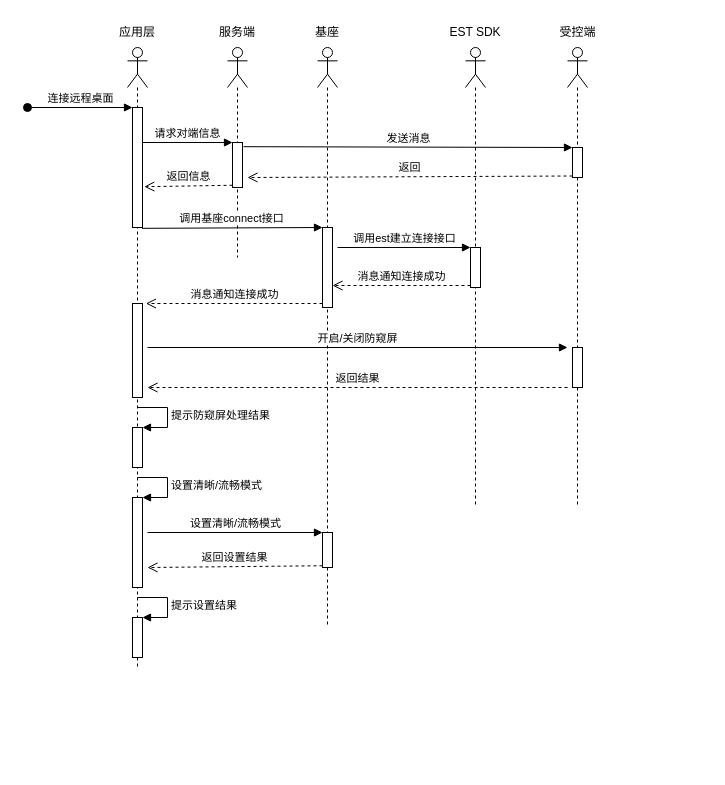
Above: page "建立连接" (2 of 5) of UWS移动端远程桌面.drawio in ArvinChu/diagram (draw.io), before the change. Source tidied: cells renumbered, new cells numbered last; positions are measured from the earlier drawing's top-left corner, leaving out a move shared by most shapes. Both pictures are drawn from the tidied source at 100%, with x=0, y=0 at pixel (27, 17).
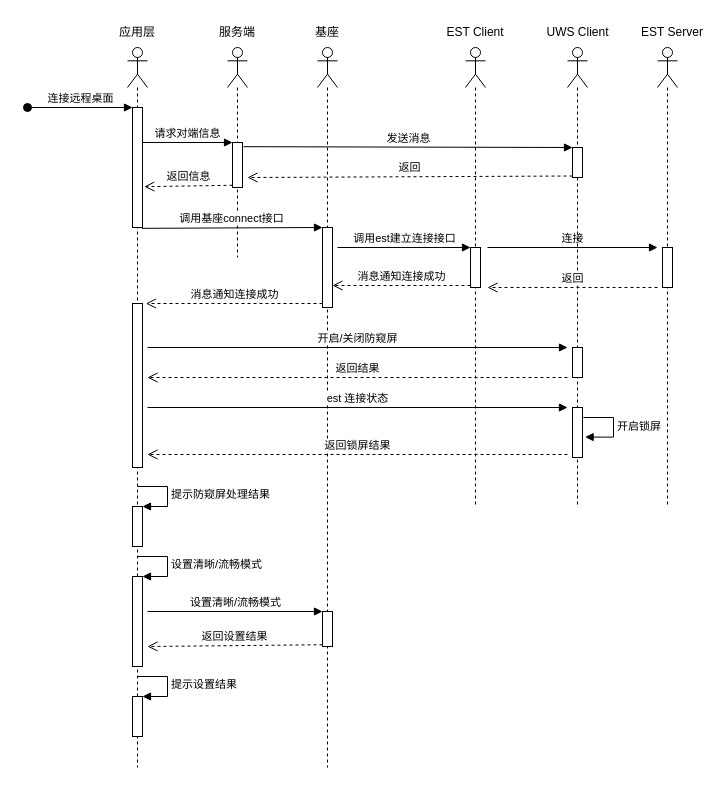
After the change.

The change refers to these unchanged cells:
```xml
<mxCell id="21" style="group;" parent="1" vertex="1">
  <mxGeometry x="418" width="60" height="490" as="geometry" />
</mxCell>
<mxCell id="36" style="shape=umlLifeline;participant=umlActor;perimeter=lifelinePerimeter;whiteSpace=wrap;html=1;verticalAlign=top;spacingTop=36;" parent="35" vertex="1">
  <mxGeometry x="20" y="30" width="20" height="460" as="geometry" />
</mxCell>
```

Diff of the diagram source:
```diff
@@
     <mxCell id="2" style="group;" parent="1" vertex="1">
-      <mxGeometry x="80" width="60" height="650" as="geometry" />
+      <mxGeometry x="80" width="60" height="750" as="geometry" />
     </mxCell>
     <mxCell id="3" style="shape=umlLifeline;participant=umlActor;perimeter=lifelinePerimeter;whiteSpace=wrap;html=1;verticalAlign=top;spacingTop=36;size=40;" parent="2" vertex="1">
-      <mxGeometry x="20" y="30" width="20" height="620" as="geometry" />
+      <mxGeometry x="20" y="30" width="20" height="720" as="geometry" />
     </mxCell>
@@
     <mxCell id="5" style="html=1;points=[];perimeter=orthogonalPerimeter;" parent="3" vertex="1">
-      <mxGeometry x="5" y="380" width="10" height="40" as="geometry" />
+      <mxGeometry x="5" y="459" width="10" height="40" as="geometry" />
     </mxCell>
     <mxCell id="6" value="提示防窥屏处理结果" style="edgeStyle=orthogonalEdgeStyle;html=1;align=left;spacingLeft=2;endArrow=block;rounded=0;entryX=1;entryY=0;" parent="3" edge="1" target="5">
       <mxGeometry relative="1" as="geometry">
-        <mxPoint x="10" y="360" as="sourcePoint" />
+        <mxPoint x="10" y="439" as="sourcePoint" />
         <Array as="points">
-          <mxPoint x="40" y="360" />
+          <mxPoint x="40" y="439" />
         </Array>
       </mxGeometry>
     </mxCell>
     <mxCell id="7" style="html=1;points=[];perimeter=orthogonalPerimeter;" parent="3" vertex="1">
-      <mxGeometry x="5" y="450" width="10" height="90" as="geometry" />
+      <mxGeometry x="5" y="529" width="10" height="90" as="geometry" />
     </mxCell>
     <mxCell id="8" value="设置清晰/流畅模式" style="edgeStyle=orthogonalEdgeStyle;html=1;align=left;spacingLeft=2;endArrow=block;rounded=0;entryX=1;entryY=0;" parent="3" edge="1" target="7">
       <mxGeometry relative="1" as="geometry">
-        <mxPoint x="10" y="430" as="sourcePoint" />
+        <mxPoint x="10" y="509" as="sourcePoint" />
         <Array as="points">
-          <mxPoint x="40" y="430" />
+          <mxPoint x="40" y="509" />
         </Array>
       </mxGeometry>
     </mxCell>
     <mxCell id="9" style="html=1;points=[];perimeter=orthogonalPerimeter;" parent="3" vertex="1">
-      <mxGeometry x="5" y="570" width="10" height="40" as="geometry" />
+      <mxGeometry x="5" y="649" width="10" height="40" as="geometry" />
     </mxCell>
     <mxCell id="10" value="提示设置结果" style="edgeStyle=orthogonalEdgeStyle;html=1;align=left;spacingLeft=2;endArrow=block;rounded=0;entryX=1;entryY=0;" parent="3" edge="1" target="9">
       <mxGeometry relative="1" as="geometry">
-        <mxPoint x="10" y="550" as="sourcePoint" />
+        <mxPoint x="10" y="629" as="sourcePoint" />
         <Array as="points">
-          <mxPoint x="40" y="550" />
+          <mxPoint x="40" y="629" />
         </Array>
       </mxGeometry>
     </mxCell>
@@
     <mxCell id="13" style="html=1;points=[];perimeter=orthogonalPerimeter;" parent="2" vertex="1">
-      <mxGeometry x="25" y="286" width="10" height="94" as="geometry" />
+      <mxGeometry x="25" y="286" width="10" height="164" as="geometry" />
     </mxCell>
     <mxCell id="14" style="group;" parent="1" vertex="1">
-      <mxGeometry x="270" width="60" height="610" as="geometry" />
+      <mxGeometry x="270" width="60" height="750" as="geometry" />
     </mxCell>
     <mxCell id="15" style="shape=umlLifeline;participant=umlActor;perimeter=lifelinePerimeter;whiteSpace=wrap;html=1;verticalAlign=top;spacingTop=36;size=40;" parent="14" vertex="1">
-      <mxGeometry x="20" y="30" width="20" height="580" as="geometry" />
+      <mxGeometry x="20" y="30" width="20" height="720" as="geometry" />
     </mxCell>
@@
     <mxCell id="17" style="html=1;points=[];perimeter=orthogonalPerimeter;" parent="15" vertex="1">
-      <mxGeometry x="5" y="485" width="10" height="35" as="geometry" />
+      <mxGeometry x="5" y="564" width="10" height="35" as="geometry" />
     </mxCell>
     <mxCell id="18" value="设置清晰/流畅模式" style="html=1;verticalAlign=bottom;endArrow=block;entryX=0;entryY=0;rounded=0;" parent="15" edge="1" target="17">
       <mxGeometry relative="1" as="geometry">
-        <mxPoint x="-170" y="485" as="sourcePoint" />
+        <mxPoint x="-170" y="564" as="sourcePoint" />
       </mxGeometry>
     </mxCell>
     <mxCell id="19" value="返回设置结果" style="html=1;verticalAlign=bottom;endArrow=open;dashed=1;endSize=8;exitX=0;exitY=0.95;rounded=0;" parent="15" edge="1" source="17">
       <mxGeometry relative="1" as="geometry">
-        <mxPoint x="-170" y="520" as="targetPoint" />
+        <mxPoint x="-170" y="599" as="targetPoint" />
       </mxGeometry>
     </mxCell>
@@
-    <mxCell id="23" value="EST SDK" style="text;html=1;strokeColor=none;fillColor=none;align=center;verticalAlign=middle;whiteSpace=wrap;rounded=0;" parent="21" vertex="1">
+    <mxCell id="23" value="EST Client" style="text;html=1;strokeColor=none;fillColor=none;align=center;verticalAlign=middle;whiteSpace=wrap;rounded=0;" parent="21" vertex="1">
       <mxGeometry width="60" height="30" as="geometry" />
     </mxCell>
@@
+    <mxCell id="44" value="连接" style="html=1;verticalAlign=bottom;endArrow=block;rounded=0;" parent="21" edge="1">
+      <mxGeometry relative="1" as="geometry">
+        <mxPoint x="42" y="230" as="sourcePoint" />
+        <mxPoint x="212" y="230" as="targetPoint" />
+      </mxGeometry>
+    </mxCell>
@@
     <mxCell id="35" style="group;" parent="1" vertex="1">
-      <mxGeometry x="520" width="60" height="639.1" as="geometry" />
+      <mxGeometry x="520" width="75" height="639.1" as="geometry" />
     </mxCell>
@@
     <mxCell id="37" style="html=1;perimeter=orthogonalPerimeter;" parent="36" vertex="1">
-      <mxGeometry x="5" y="300" width="10" height="40" as="geometry" />
+      <mxGeometry x="5" y="300" width="10" height="30" as="geometry" />
     </mxCell>
@@
+    <mxCell id="45" value="返回" style="html=1;verticalAlign=bottom;endArrow=open;dashed=1;endSize=8;rounded=0;" parent="36" edge="1">
+      <mxGeometry relative="1" as="geometry">
+        <mxPoint x="90" y="240" as="sourcePoint" />
+        <mxPoint x="-80" y="240" as="targetPoint" />
+      </mxGeometry>
+    </mxCell>
-    <mxCell id="40" value="受控端" style="text;html=1;align=center;verticalAlign=middle;strokeColor=none;fillColor=none;" parent="35" vertex="1">
-      <mxGeometry width="60" height="30" as="geometry" />
+    <mxCell id="40" value="UWS Client" style="text;html=1;align=center;verticalAlign=middle;strokeColor=none;fillColor=none;" parent="35" vertex="1">
+      <mxGeometry x="-15" width="90" height="30" as="geometry" />
     </mxCell>
+    <mxCell id="46" value="开启锁屏" style="edgeStyle=orthogonalEdgeStyle;html=1;align=left;spacingLeft=2;endArrow=block;rounded=0;entryX=1.26;entryY=0.592;entryDx=0;entryDy=0;entryPerimeter=0;" parent="35" edge="1" target="51">
+      <mxGeometry relative="1" as="geometry">
+        <mxPoint x="36" y="400" as="sourcePoint" />
+        <Array as="points">
+          <mxPoint x="66" y="400" />
+          <mxPoint x="66" y="420" />
+        </Array>
+      </mxGeometry>
+    </mxCell>
@@
     <mxCell id="42" value="返回结果" style="html=1;verticalAlign=bottom;endArrow=open;dashed=1;endSize=8;rounded=0;" parent="1" edge="1">
       <mxGeometry relative="1" as="geometry">
-        <mxPoint x="540" y="370" as="sourcePoint" />
-        <mxPoint x="120" y="370" as="targetPoint" />
+        <mxPoint x="540" y="360" as="sourcePoint" />
+        <mxPoint x="120" y="360" as="targetPoint" />
       </mxGeometry>
     </mxCell>
@@
+    <mxCell id="47" style="group;" parent="1" vertex="1">
+      <mxGeometry x="610" width="70" height="490" as="geometry" />
+    </mxCell>
+    <mxCell id="48" style="shape=umlLifeline;participant=umlActor;perimeter=lifelinePerimeter;whiteSpace=wrap;html=1;verticalAlign=top;spacingTop=36;size=40;" parent="47" vertex="1">
+      <mxGeometry x="20" y="30" width="20" height="460" as="geometry" />
+    </mxCell>
+    <mxCell id="49" value="EST Server" style="text;html=1;strokeColor=none;fillColor=none;align=center;verticalAlign=middle;whiteSpace=wrap;rounded=0;" parent="47" vertex="1">
+      <mxGeometry width="70" height="30" as="geometry" />
+    </mxCell>
+    <mxCell id="50" style="html=1;perimeter=orthogonalPerimeter;" parent="47" vertex="1">
+      <mxGeometry x="25" y="230" width="10" height="40" as="geometry" />
+    </mxCell>
+    <mxCell id="51" style="html=1;points=[];perimeter=orthogonalPerimeter;" parent="1" vertex="1">
+      <mxGeometry x="545" y="390" width="10" height="50" as="geometry" />
+    </mxCell>
+    <mxCell id="52" value="est 连接状态" style="html=1;verticalAlign=bottom;endArrow=block;rounded=0;" parent="1" edge="1">
+      <mxGeometry relative="1" as="geometry">
+        <mxPoint x="120" y="390" as="sourcePoint" />
+        <mxPoint x="540" y="390" as="targetPoint" />
+      </mxGeometry>
+    </mxCell>
+    <mxCell id="53" value="返回锁屏结果" style="html=1;verticalAlign=bottom;endArrow=open;dashed=1;endSize=8;rounded=0;" parent="1" edge="1">
+      <mxGeometry relative="1" as="geometry">
+        <mxPoint x="540" y="437" as="sourcePoint" />
+        <mxPoint x="120" y="437" as="targetPoint" />
+      </mxGeometry>
+    </mxCell>
```
